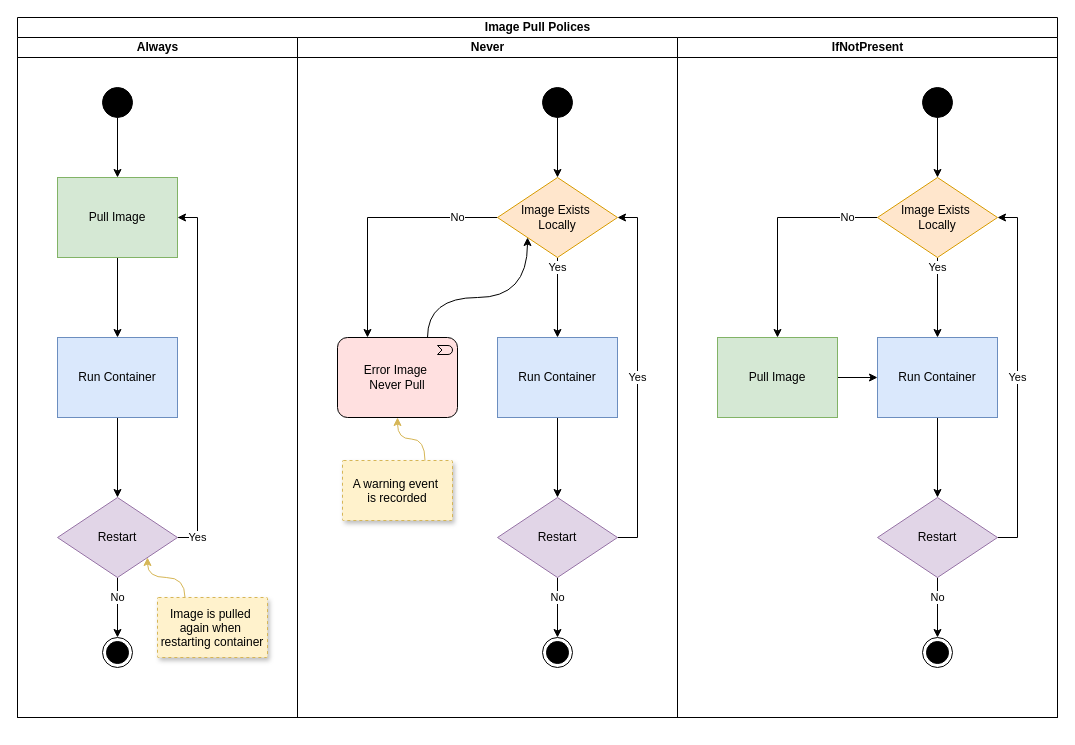
The draw.io diagram page "Image Pull" (1 of 2) of st/k8s_common.drawio in gaivin/drawio, before the edit. Source tidied: cells renumbered, new cells numbered last; positions are measured from the earlier drawing's top-left corner, leaving out a move shared by most shapes. Both pictures are drawn from the tidied source at 100%, with x=0, y=0 at pixel (17, 17).
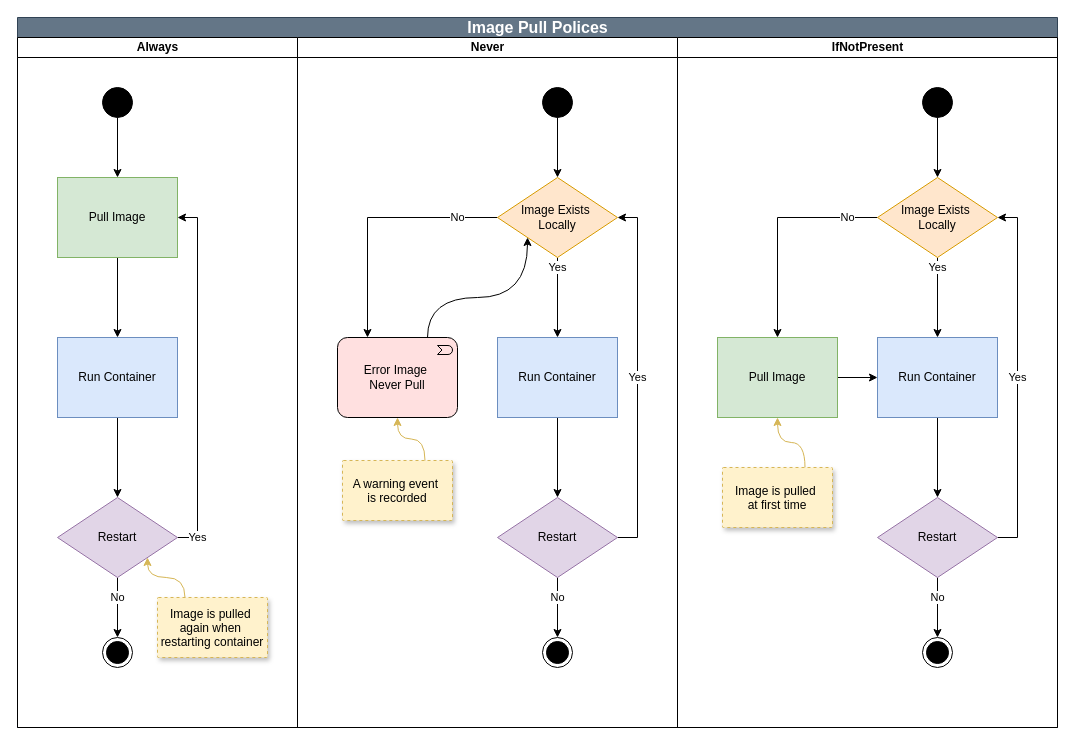
The same diagram, later.

Commit message:
Add liveness probe configuration

Unchanged cells that the change refers to:
```xml
<mxCell id="45" value="Pull Image" style="rounded=0;whiteSpace=wrap;html=1;fillColor=#d5e8d4;strokeColor=#82b366;" parent="32" vertex="1">
  <mxGeometry x="40" y="300" width="120" height="80" as="geometry" />
</mxCell>
```

Change to the diagram source:
```diff
@@
-    <mxCell id="2" value="Image Pull Polices" style="swimlane;startSize=20;html=1;" parent="1" vertex="1">
-      <mxGeometry width="1040" height="700" as="geometry" />
+    <mxCell id="2" value="Image Pull Polices" style="swimlane;startSize=20;html=1;fontSize=16;fillColor=#647687;fontColor=#ffffff;strokeColor=#314354;" parent="1" vertex="1">
+      <mxGeometry width="1040" height="710" as="geometry" />
     </mxCell>
     <mxCell id="3" value="Always" style="swimlane;startSize=20;html=1;" parent="2" vertex="1">
-      <mxGeometry y="20" width="280" height="680" as="geometry" />
+      <mxGeometry y="20" width="280" height="690" as="geometry" />
     </mxCell>
@@
     <mxCell id="16" value="Never" style="swimlane;startSize=20;html=1;" parent="2" vertex="1">
-      <mxGeometry x="280" y="20" width="380" height="680" as="geometry" />
+      <mxGeometry x="280" y="20" width="380" height="690" as="geometry" />
     </mxCell>
@@
     <mxCell id="32" value="IfNotPresent" style="swimlane;startSize=20;html=1;" parent="2" vertex="1">
-      <mxGeometry x="660" y="20" width="380" height="680" as="geometry" />
+      <mxGeometry x="660" y="20" width="380" height="690" as="geometry" />
     </mxCell>
@@
+    <mxCell id="46" style="edgeStyle=orthogonalEdgeStyle;rounded=0;jettySize=auto;html=1;exitX=0.75;exitY=0;exitDx=0;exitDy=0;entryX=0.5;entryY=1;entryDx=0;entryDy=0;fillColor=#fff2cc;strokeColor=#d6b656;curved=1;" parent="32" edge="1" source="47" target="45">
+      <mxGeometry relative="1" as="geometry" />
+    </mxCell>
+    <mxCell id="47" value="Image is pulled &#10;at first time" style="strokeColor=#d6b656;shadow=1;strokeWidth=1;rounded=1;absoluteArcSize=1;arcSize=2;fillColor=#fff2cc;dashed=1;" parent="32" vertex="1">
+      <mxGeometry x="45" y="430" width="110" height="60" as="geometry" />
+    </mxCell>
```
